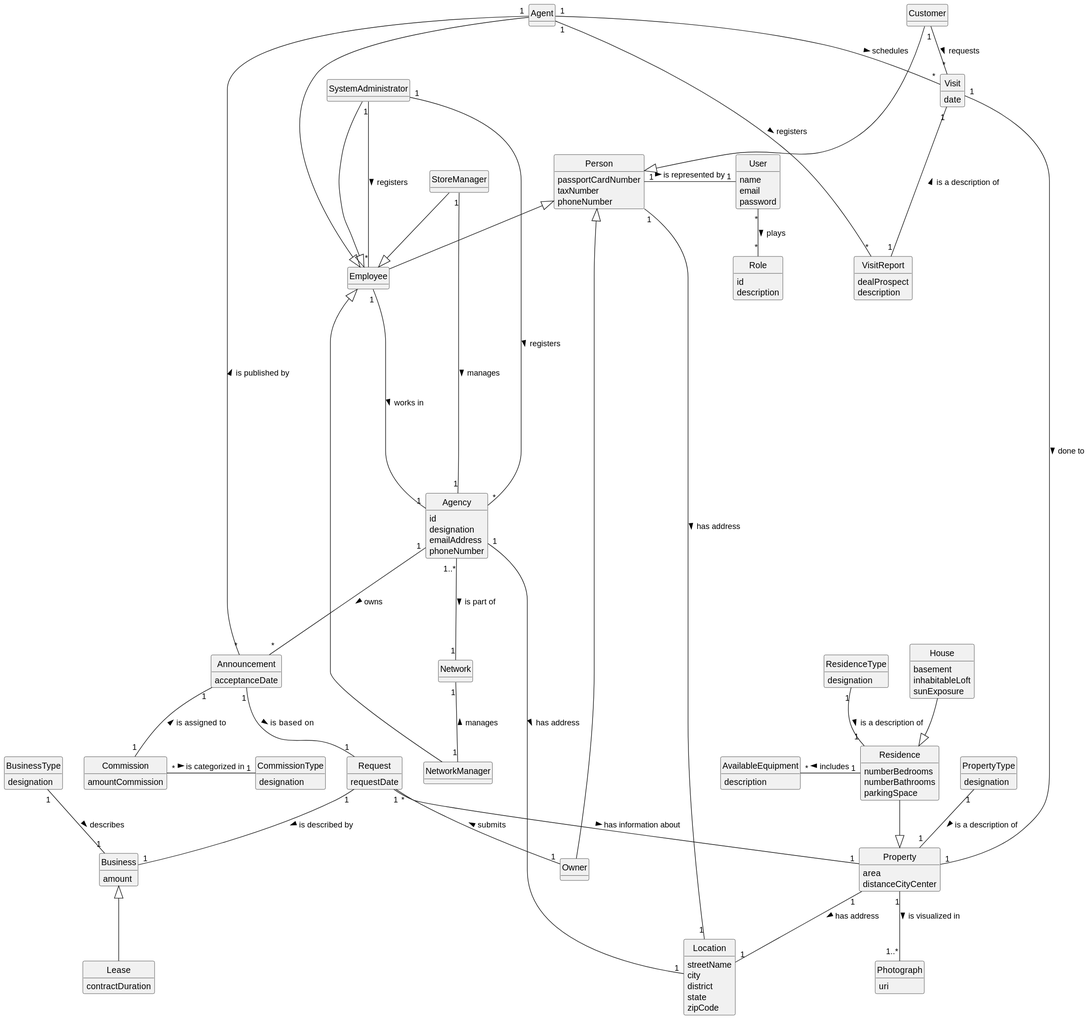
Before: docs/sprintB/global-artifacts/02.analysis/svg/project-domain-model.svg, a diagram exported from PlantUML (rita-barbosa/LAPR2-2223).
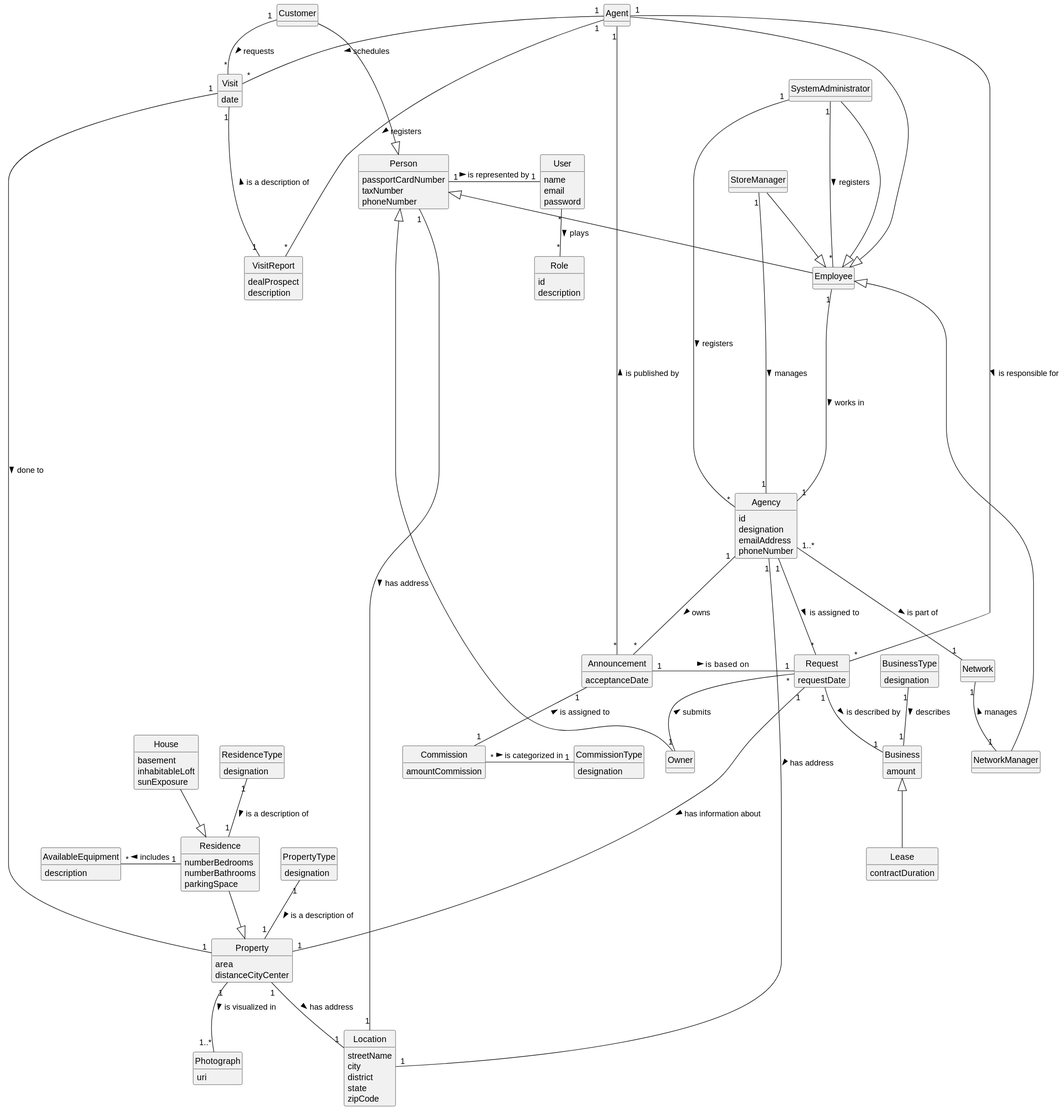
The same diagram one commit later.

The edit, as a diff of the source:
```diff
@@ -146,12 +146,14 @@
 Residence "1" -left "*"AvailableEquipment: includes >
 Announcement "1" -- "1" Commission: is assigned to <
 Agency "1" --- "*" Announcement: owns >
-Property "1" -up- "1" Request : < has information about
+Property "1" -up--- "1" Request : < has information about
 Request "1" -- "1" Business: is described by >
 Business <|-- Lease
 BusinessType "1" -- "1" Business : describes >
-Announcement "1" -- "1" Request : is  based on >
+Announcement "1" - "1" Request : is  based on >
 Person "1" - "1" User : is represented by >
 User "*" -- "*" Role : plays >
 Commission "*" - "1" CommissionType : is categorized in >
+Agency "1" --- "*" Request : is assigned to >
+Agent "1" --- "*" Request : is responsible for >
 @enduml
```
